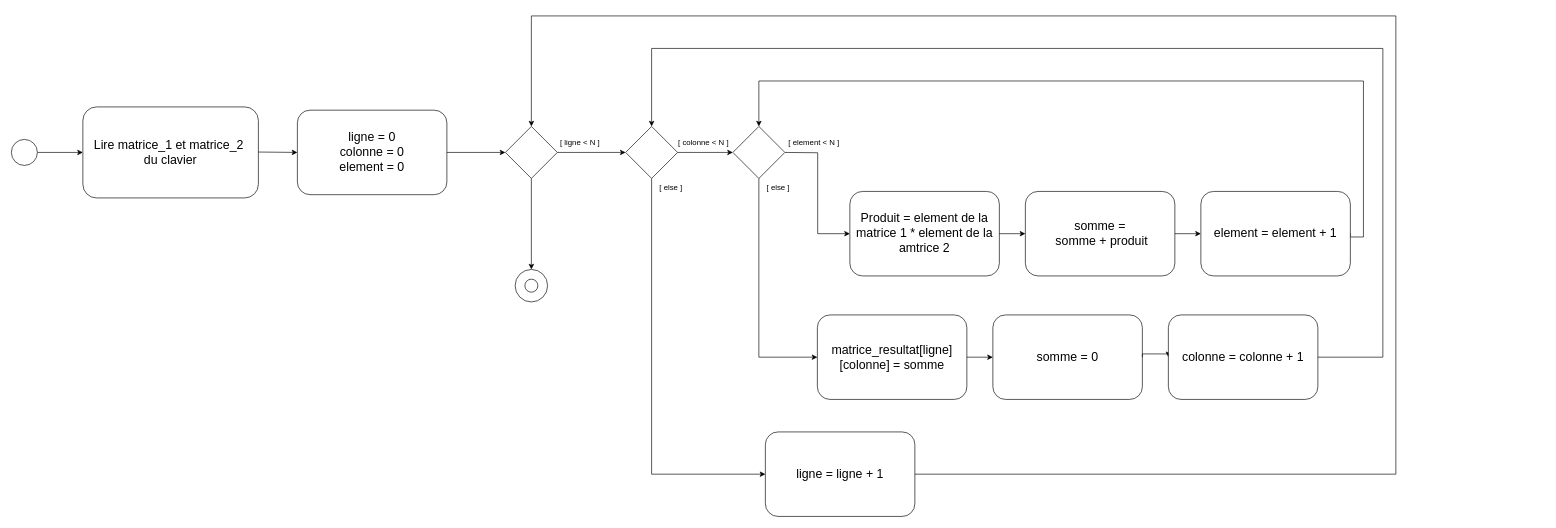
This is multiplicationAPP2.drawio from ProfReivax/APP2, a draw.io file, before an edit. Source tidied: cells renumbered, new cells numbered last; positions are measured from the earlier drawing's top-left corner, leaving out a move shared by most shapes. Both pictures are drawn from the tidied source at 65%, with x=0, y=0 at pixel (11, 16).
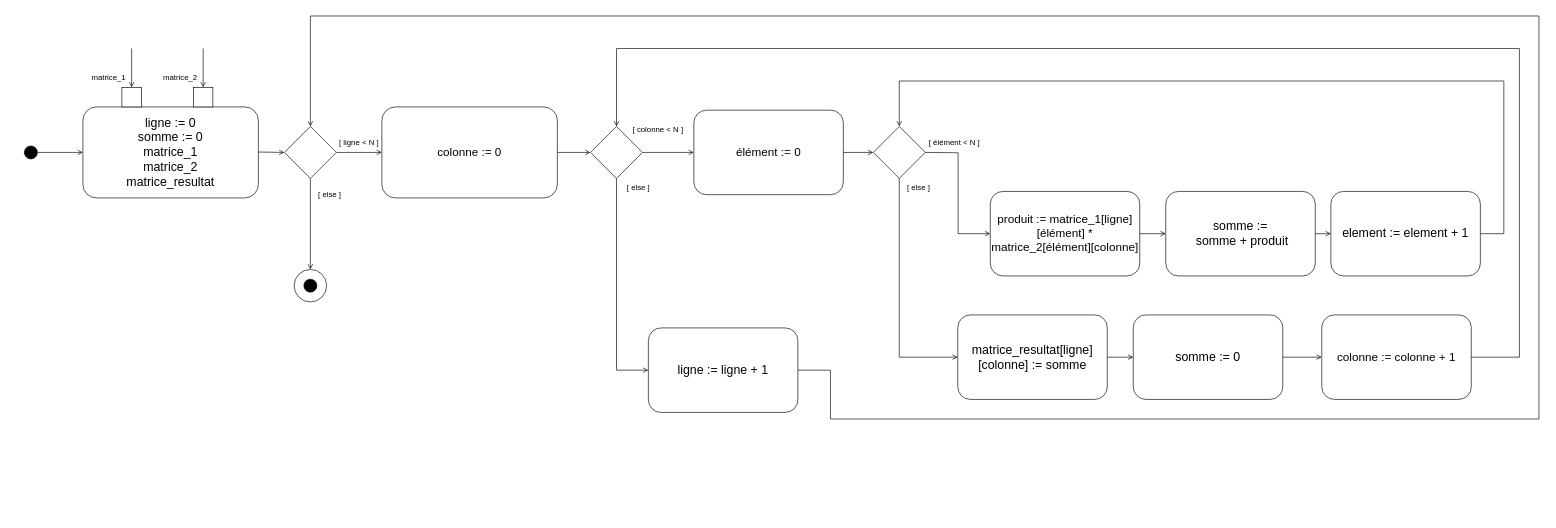
The same page after the edit.

Commit message (it also covers changes not shown here):
Modification du diagramme d'activité pour la mult de matrice

What changed in the source:
```diff
@@
-    <mxCell id="2" value="&lt;font style=&quot;font-size: 19px;&quot;&gt;Lire matrice_1 et matrice_2&amp;nbsp;&lt;/font&gt;&lt;div&gt;&lt;font style=&quot;font-size: 19px;&quot;&gt;du clavier&lt;/font&gt;&lt;/div&gt;" style="rounded=1;whiteSpace=wrap;html=1;" parent="1" vertex="1">
+    <mxCell id="2" value="&lt;span style=&quot;font-size: 19px;&quot;&gt;ligne := 0&lt;/span&gt;&lt;div&gt;&lt;span style=&quot;font-size: 19px;&quot;&gt;somme := 0&lt;br&gt;&lt;/span&gt;&lt;div&gt;&lt;span style=&quot;font-size: 19px;&quot;&gt;matrice_1&lt;/span&gt;&lt;/div&gt;&lt;div&gt;&lt;span style=&quot;font-size: 19px;&quot;&gt;matrice_2&lt;/span&gt;&lt;/div&gt;&lt;div&gt;&lt;span style=&quot;font-size: 19px;&quot;&gt;matrice_resultat&lt;/span&gt;&lt;/div&gt;&lt;/div&gt;" style="rounded=1;whiteSpace=wrap;html=1;" parent="1" vertex="1">
       <mxGeometry x="110" y="140" width="270" height="140" as="geometry" />
     </mxCell>
     <mxCell id="3" style="rhombus;whiteSpace=wrap;html=1;shapeInside=1;" parent="1" vertex="1">
-      <mxGeometry x="760" y="170" width="80" height="80" as="geometry" />
+      <mxGeometry x="420" y="170" width="80" height="80" as="geometry" />
     </mxCell>
-    <mxCell id="4" style="endArrow=classic;html=1;rounded=0;" parent="1" edge="1">
+    <mxCell id="4" style="endArrow=open;html=1;rounded=0;endFill=0;entryX=0;entryY=0.5;entryDx=0;entryDy=0;" parent="1" edge="1" target="3">
       <mxGeometry relative="1" as="geometry">
         <mxPoint x="380" y="209.4" as="sourcePoint" />
-        <mxPoint x="440" y="210" as="targetPoint" />
       </mxGeometry>
     </mxCell>
-    <mxCell id="5" style="endArrow=classic;html=1;rounded=0;exitX=1;exitY=0.5;exitDx=0;exitDy=0;entryX=0;entryY=0.5;entryDx=0;entryDy=0;edgeStyle=orthogonalEdgeStyle;" parent="1" edge="1" source="3" target="8">
+    <mxCell id="5" style="endArrow=open;html=1;rounded=0;exitX=1;exitY=0.5;exitDx=0;exitDy=0;entryX=0;entryY=0.5;entryDx=0;entryDy=0;edgeStyle=orthogonalEdgeStyle;endFill=0;" parent="1" edge="1" source="45" target="8">
       <mxGeometry relative="1" as="geometry" />
     </mxCell>
-    <mxCell id="6" value="&lt;font style=&quot;font-size: 19px;&quot;&gt;Produit = element de la matrice 1 * element de la amtrice 2&lt;/font&gt;" style="rounded=1;whiteSpace=wrap;html=1;" parent="1" vertex="1">
-      <mxGeometry x="1290" y="270" width="230" height="130" as="geometry" />
+    <mxCell id="6" value="&lt;font style=&quot;font-size: 18px;&quot;&gt;produit := matrice_1[ligne][élément] * matrice_2[élément][colonne]&lt;/font&gt;" style="rounded=1;whiteSpace=wrap;html=1;" parent="1" vertex="1">
+      <mxGeometry x="1506" y="270" width="230" height="130" as="geometry" />
     </mxCell>
-    <mxCell id="7" style="endArrow=classic;html=1;rounded=0;entryX=0;entryY=0.5;entryDx=0;entryDy=0;edgeStyle=orthogonalEdgeStyle;exitX=1;exitY=0.5;exitDx=0;exitDy=0;" parent="1" edge="1" target="6">
+    <mxCell id="7" style="endArrow=open;html=1;rounded=0;entryX=0;entryY=0.5;entryDx=0;entryDy=0;edgeStyle=orthogonalEdgeStyle;exitX=1;exitY=0.5;exitDx=0;exitDy=0;endFill=0;" parent="1" edge="1" target="6">
       <mxGeometry relative="1" as="geometry">
-        <mxPoint x="1190" y="210" as="sourcePoint" />
+        <mxPoint x="1406" y="210" as="sourcePoint" />
       </mxGeometry>
     </mxCell>
     <mxCell id="8" style="rhombus;whiteSpace=wrap;html=1;shapeInside=1;" parent="1" vertex="1">
-      <mxGeometry x="945" y="170" width="80" height="80" as="geometry" />
+      <mxGeometry x="891" y="170" width="80" height="80" as="geometry" />
     </mxCell>
     <mxCell id="9" style="rhombus;whiteSpace=wrap;html=1;shapeInside=1;" parent="1" vertex="1">
-      <mxGeometry x="1110" y="170" width="80" height="80" as="geometry" />
+      <mxGeometry x="1326" y="170" width="80" height="80" as="geometry" />
     </mxCell>
-    <mxCell id="10" style="endArrow=classic;html=1;rounded=0;entryX=0;entryY=0.5;entryDx=0;entryDy=0;exitX=1;exitY=0.5;exitDx=0;exitDy=0;" parent="1" edge="1" source="8" target="9">
+    <mxCell id="10" style="endArrow=open;html=1;rounded=0;entryX=0;entryY=0.5;entryDx=0;entryDy=0;exitX=1;exitY=0.5;exitDx=0;exitDy=0;endFill=0;" parent="1" edge="1" source="8" target="46">
       <mxGeometry relative="1" as="geometry" />
     </mxCell>
-    <mxCell id="11" value="&lt;font style=&quot;font-size: 19px;&quot;&gt;somme =&lt;/font&gt;&lt;div&gt;&lt;font style=&quot;font-size: 19px;&quot;&gt;&amp;nbsp;somme + produit&lt;/font&gt;&lt;/div&gt;" style="rounded=1;whiteSpace=wrap;html=1;" parent="1" vertex="1">
-      <mxGeometry x="1560" y="270" width="230" height="130" as="geometry" />
+    <mxCell id="11" value="&lt;font style=&quot;font-size: 19px;&quot;&gt;somme :=&lt;/font&gt;&lt;div&gt;&lt;font style=&quot;font-size: 19px;&quot;&gt;&amp;nbsp;somme + produit&lt;/font&gt;&lt;/div&gt;" style="rounded=1;whiteSpace=wrap;html=1;" parent="1" vertex="1">
+      <mxGeometry x="1776" y="270" width="230" height="130" as="geometry" />
     </mxCell>
-    <mxCell id="12" style="endArrow=classic;html=1;rounded=0;entryX=0;entryY=0.5;entryDx=0;entryDy=0;exitX=1;exitY=0.5;exitDx=0;exitDy=0;" parent="1" edge="1" source="6" target="11">
+    <mxCell id="12" style="endArrow=open;html=1;rounded=0;entryX=0;entryY=0.5;entryDx=0;entryDy=0;exitX=1;exitY=0.5;exitDx=0;exitDy=0;endFill=0;" parent="1" edge="1" source="6" target="11">
       <mxGeometry relative="1" as="geometry" />
     </mxCell>
-    <mxCell id="13" style="endArrow=classic;html=1;rounded=0;edgeStyle=orthogonalEdgeStyle;exitX=1;exitY=0.5;exitDx=0;exitDy=0;entryX=0.5;entryY=0;entryDx=0;entryDy=0;" parent="1" edge="1" source="31">
+    <mxCell id="13" style="endArrow=open;html=1;rounded=0;edgeStyle=orthogonalEdgeStyle;exitX=1;exitY=0.5;exitDx=0;exitDy=0;entryX=0.5;entryY=0;entryDx=0;entryDy=0;endFill=0;" parent="1" edge="1" source="31">
       <mxGeometry relative="1" as="geometry">
-        <mxPoint x="1150" y="170" as="targetPoint" />
+        <mxPoint x="1366" y="170" as="targetPoint" />
         <Array as="points">
-          <mxPoint x="2060.1" y="340.1" />
-          <mxPoint x="2080.1" y="340.1" />
-          <mxPoint x="2080.1" y="100.1" />
-          <mxPoint x="1150.1" y="100.1" />
+          <mxPoint x="2296.1" y="335" />
+          <mxPoint x="2296.1" y="100.1" />
+          <mxPoint x="1366" y="100.1" />
         </Array>
       </mxGeometry>
     </mxCell>
-    <mxCell id="14" value="&lt;font style=&quot;font-size: 19px;&quot;&gt;matrice_resultat[ligne][colonne] = somme&lt;/font&gt;" style="rounded=1;whiteSpace=wrap;html=1;" parent="1" vertex="1">
-      <mxGeometry x="1240" y="460" width="230" height="130" as="geometry" />
+    <mxCell id="14" value="&lt;font style=&quot;font-size: 19px;&quot;&gt;matrice_resultat[ligne][colonne] := somme&lt;/font&gt;" style="rounded=1;whiteSpace=wrap;html=1;" parent="1" vertex="1">
+      <mxGeometry x="1456" y="460" width="230" height="130" as="geometry" />
     </mxCell>
-    <mxCell id="15" style="endArrow=classic;html=1;rounded=0;exitX=0.5;exitY=1;exitDx=0;exitDy=0;edgeStyle=orthogonalEdgeStyle;entryX=0;entryY=0.5;entryDx=0;entryDy=0;" parent="1" edge="1" target="14">
+    <mxCell id="15" style="endArrow=open;html=1;rounded=0;exitX=0.5;exitY=1;exitDx=0;exitDy=0;edgeStyle=orthogonalEdgeStyle;entryX=0;entryY=0.5;entryDx=0;entryDy=0;endFill=0;" parent="1" edge="1" target="14">
       <mxGeometry relative="1" as="geometry">
-        <mxPoint x="1150" y="250" as="sourcePoint" />
+        <mxPoint x="1366" y="250" as="sourcePoint" />
         <Array as="points">
-          <mxPoint x="1150" y="525" />
+          <mxPoint x="1366" y="525" />
         </Array>
       </mxGeometry>
     </mxCell>
-    <mxCell id="16" value="&lt;span style=&quot;font-size: 19px;&quot;&gt;somme = 0&lt;/span&gt;" style="rounded=1;whiteSpace=wrap;html=1;" parent="1" vertex="1">
-      <mxGeometry x="1510" y="460" width="230" height="130" as="geometry" />
+    <mxCell id="16" value="&lt;span style=&quot;font-size: 19px;&quot;&gt;somme := 0&lt;/span&gt;" style="rounded=1;whiteSpace=wrap;html=1;" parent="1" vertex="1">
+      <mxGeometry x="1726" y="460" width="230" height="130" as="geometry" />
     </mxCell>
-    <mxCell id="17" style="endArrow=classic;html=1;rounded=0;exitX=1;exitY=0.5;exitDx=0;exitDy=0;entryX=0;entryY=0.5;entryDx=0;entryDy=0;" parent="1" edge="1" source="14" target="16">
+    <mxCell id="17" style="endArrow=open;html=1;rounded=0;exitX=1;exitY=0.5;exitDx=0;exitDy=0;entryX=0;entryY=0.5;entryDx=0;entryDy=0;endFill=0;" parent="1" edge="1" source="14" target="16">
       <mxGeometry relative="1" as="geometry" />
     </mxCell>
-    <mxCell id="18" style="endArrow=classic;html=1;rounded=0;edgeStyle=orthogonalEdgeStyle;entryX=0.5;entryY=0;entryDx=0;entryDy=0;exitX=1;exitY=0.5;exitDx=0;exitDy=0;" parent="1" edge="1" source="19" target="3">
+    <mxCell id="18" style="endArrow=open;html=1;rounded=0;edgeStyle=orthogonalEdgeStyle;entryX=0.5;entryY=0;entryDx=0;entryDy=0;exitX=1;exitY=0.5;exitDx=0;exitDy=0;endFill=0;" parent="1" edge="1" source="19" target="3">
       <mxGeometry relative="1" as="geometry">
         <Array as="points">
-          <mxPoint x="2130" y="705" />
-          <mxPoint x="2130" />
-          <mxPoint x="800" />
+          <mxPoint x="1260.1" y="545" />
+          <mxPoint x="1260.1" y="620.1" />
+          <mxPoint x="2350.1" y="620.1" />
+          <mxPoint x="2350.1" y="0.1" />
+          <mxPoint x="460.1" y="0.1" />
         </Array>
       </mxGeometry>
     </mxCell>
-    <mxCell id="19" value="&lt;font style=&quot;font-size: 19px;&quot;&gt;ligne = ligne + 1&lt;/font&gt;" style="rounded=1;whiteSpace=wrap;html=1;" parent="1" vertex="1">
-      <mxGeometry x="1160" y="640" width="230" height="130" as="geometry" />
+    <mxCell id="19" value="&lt;font style=&quot;font-size: 19px;&quot;&gt;ligne := ligne + 1&lt;/font&gt;" style="rounded=1;whiteSpace=wrap;html=1;" parent="1" vertex="1">
+      <mxGeometry x="980" y="480" width="230" height="130" as="geometry" />
     </mxCell>
-    <mxCell id="20" style="endArrow=classic;html=1;rounded=0;exitX=0.5;exitY=1;exitDx=0;exitDy=0;entryX=0;entryY=0.5;entryDx=0;entryDy=0;edgeStyle=orthogonalEdgeStyle;" parent="1" edge="1" source="8" target="19">
+    <mxCell id="20" style="endArrow=open;html=1;rounded=0;exitX=0.5;exitY=1;exitDx=0;exitDy=0;entryX=0;entryY=0.5;entryDx=0;entryDy=0;edgeStyle=orthogonalEdgeStyle;endFill=0;" parent="1" edge="1" source="8" target="19">
       <mxGeometry relative="1" as="geometry" />
     </mxCell>
-    <mxCell id="21" style="endArrow=classic;html=1;rounded=0;exitX=1;exitY=0.5;exitDx=0;exitDy=0;edgeStyle=orthogonalEdgeStyle;entryX=0;entryY=0.5;entryDx=0;entryDy=0;" parent="1" edge="1" source="16" target="22">
-      <mxGeometry relative="1" as="geometry">
-        <Array as="points">
-          <mxPoint x="1740.1" y="520" />
-          <mxPoint x="1780.1" y="520" />
-        </Array>
-      </mxGeometry>
-    </mxCell>
-    <mxCell id="22" value="&lt;span style=&quot;font-size: 19px;&quot;&gt;colonne = colonne + 1&lt;/span&gt;" style="rounded=1;whiteSpace=wrap;html=1;" parent="1" vertex="1">
-      <mxGeometry x="1780" y="460" width="230" height="130" as="geometry" />
+    <mxCell id="22" value="&lt;font style=&quot;font-size: 18px;&quot;&gt;colonne := colonne + 1&lt;/font&gt;" style="rounded=1;whiteSpace=wrap;html=1;" parent="1" vertex="1">
+      <mxGeometry x="2016" y="460" width="230" height="130" as="geometry" />
     </mxCell>
-    <mxCell id="23" value="&lt;span style=&quot;font-size: 19px;&quot;&gt;ligne = 0&lt;/span&gt;&lt;div&gt;&lt;span style=&quot;font-size: 19px;&quot;&gt;colonne = 0&lt;/span&gt;&lt;/div&gt;&lt;div&gt;&lt;span style=&quot;font-size: 19px;&quot;&gt;element = 0&lt;/span&gt;&lt;/div&gt;" style="rounded=1;whiteSpace=wrap;html=1;" parent="1" vertex="1">
-      <mxGeometry x="440" y="145" width="230" height="130" as="geometry" />
-    </mxCell>
-    <mxCell id="24" style="endArrow=classic;html=1;rounded=0;exitX=1;exitY=0.5;exitDx=0;exitDy=0;entryX=0;entryY=0.5;entryDx=0;entryDy=0;" parent="1" edge="1" source="23" target="3">
-      <mxGeometry relative="1" as="geometry" />
-    </mxCell>
-    <mxCell id="25" value="[ element &amp;lt; N ]" style="text;html=1;whiteSpace=wrap;strokeColor=none;fillColor=none;align=center;verticalAlign=middle;rounded=0;" parent="1" vertex="1">
-      <mxGeometry x="1180" y="180" width="110" height="30" as="geometry" />
+    <mxCell id="25" value="[ élément &amp;lt; N ]" style="text;html=1;whiteSpace=wrap;strokeColor=none;fillColor=none;align=center;verticalAlign=middle;rounded=0;" parent="1" vertex="1">
+      <mxGeometry x="1396" y="180" width="110" height="30" as="geometry" />
     </mxCell>
     <mxCell id="26" value="[ ligne &amp;lt; N ]" style="text;html=1;whiteSpace=wrap;strokeColor=none;fillColor=none;align=center;verticalAlign=middle;rounded=0;" parent="1" vertex="1">
-      <mxGeometry x="820" y="180" width="110" height="30" as="geometry" />
+      <mxGeometry x="480" y="180" width="110" height="30" as="geometry" />
     </mxCell>
-    <mxCell id="27" style="endArrow=classic;html=1;rounded=0;exitX=1;exitY=0.5;exitDx=0;exitDy=0;edgeStyle=orthogonalEdgeStyle;entryX=0.5;entryY=0;entryDx=0;entryDy=0;" parent="1" edge="1" source="22" target="8">
+    <mxCell id="27" style="endArrow=open;html=1;rounded=0;exitX=1;exitY=0.5;exitDx=0;exitDy=0;edgeStyle=orthogonalEdgeStyle;entryX=0.5;entryY=0;entryDx=0;entryDy=0;endFill=0;" parent="1" edge="1" source="22" target="8">
       <mxGeometry relative="1" as="geometry">
         <Array as="points">
-          <mxPoint x="2110" y="525" />
-          <mxPoint x="2110" y="50" />
-          <mxPoint x="985" y="50" />
+          <mxPoint x="2320.1" y="525" />
+          <mxPoint x="2320.1" y="50.1" />
+          <mxPoint x="931" y="50.1" />
         </Array>
       </mxGeometry>
     </mxCell>
     <mxCell id="28" value="[ colonne &amp;lt; N ]" style="text;html=1;whiteSpace=wrap;strokeColor=none;fillColor=none;align=center;verticalAlign=middle;rounded=0;" parent="1" vertex="1">
-      <mxGeometry x="1010" y="180" width="110" height="30" as="geometry" />
+      <mxGeometry x="940" y="160" width="110" height="30" as="geometry" />
     </mxCell>
     <mxCell id="29" value="[ else ]" style="text;html=1;whiteSpace=wrap;strokeColor=none;fillColor=none;align=center;verticalAlign=middle;rounded=0;" parent="1" vertex="1">
-      <mxGeometry x="960" y="250" width="110" height="30" as="geometry" />
+      <mxGeometry x="910" y="250" width="110" height="30" as="geometry" />
     </mxCell>
     <mxCell id="30" value="[ else ]" style="text;html=1;whiteSpace=wrap;strokeColor=none;fillColor=none;align=center;verticalAlign=middle;rounded=0;" parent="1" vertex="1">
-      <mxGeometry x="1125" y="250" width="110" height="30" as="geometry" />
+      <mxGeometry x="1341" y="250" width="110" height="30" as="geometry" />
     </mxCell>
-    <mxCell id="31" value="&lt;span style=&quot;font-size: 19px;&quot;&gt;element = element + 1&lt;/span&gt;" style="rounded=1;whiteSpace=wrap;html=1;" parent="1" vertex="1">
-      <mxGeometry x="1830" y="270" width="230" height="130" as="geometry" />
+    <mxCell id="31" value="&lt;span style=&quot;font-size: 19px;&quot;&gt;element := element + 1&lt;/span&gt;" style="rounded=1;whiteSpace=wrap;html=1;" parent="1" vertex="1">
+      <mxGeometry x="2030" y="270" width="230" height="130" as="geometry" />
     </mxCell>
-    <mxCell id="32" style="endArrow=classic;html=1;rounded=0;exitX=1;exitY=0.5;exitDx=0;exitDy=0;" parent="1" edge="1" source="11" target="31">
+    <mxCell id="32" style="endArrow=open;html=1;rounded=0;exitX=1;exitY=0.5;exitDx=0;exitDy=0;endFill=0;" parent="1" edge="1" source="11" target="31">
       <mxGeometry relative="1" as="geometry" />
     </mxCell>
-    <mxCell id="33" style="endArrow=classic;html=1;rounded=0;entryX=0;entryY=0.5;entryDx=0;entryDy=0;" parent="1" edge="1" target="2">
+    <mxCell id="33" style="endArrow=open;html=1;rounded=0;entryX=0;entryY=0.5;entryDx=0;entryDy=0;endFill=0;" parent="1" edge="1" target="2">
       <mxGeometry relative="1" as="geometry">
         <mxPoint x="40" y="210" as="sourcePoint" />
       </mxGeometry>
     </mxCell>
-    <mxCell id="34" style="ellipse;whiteSpace=wrap;html=1;shapeInside=1;" parent="1" vertex="1">
-      <mxGeometry y="190" width="40" height="40" as="geometry" />
+    <mxCell id="34" style="ellipse;whiteSpace=wrap;html=1;shapeInside=1;fillColor=light-dark(#000000,#000000);" parent="1" vertex="1">
+      <mxGeometry x="20" y="200" width="20" height="20" as="geometry" />
     </mxCell>
-    <mxCell id="35" style="endArrow=classic;html=1;rounded=0;exitX=0.5;exitY=1;exitDx=0;exitDy=0;" parent="1" edge="1" source="3" target="36">
+    <mxCell id="35" style="endArrow=open;html=1;rounded=0;exitX=0.5;exitY=1;exitDx=0;exitDy=0;endFill=0;" parent="1" edge="1" source="3" target="36">
       <mxGeometry relative="1" as="geometry" />
     </mxCell>
     <mxCell id="36" style="ellipse;whiteSpace=wrap;html=1;shapeInside=1;" parent="1" vertex="1">
-      <mxGeometry x="775" y="390" width="50" height="50" as="geometry" />
+      <mxGeometry x="435" y="390" width="50" height="50" as="geometry" />
     </mxCell>
-    <mxCell id="37" style="ellipse;whiteSpace=wrap;html=1;shapeInside=1;" parent="1" vertex="1">
-      <mxGeometry x="790" y="405" width="20" height="20" as="geometry" />
+    <mxCell id="37" style="ellipse;whiteSpace=wrap;html=1;shapeInside=1;fillStyle=solid;gradientColor=none;fillColor=light-dark(#000000,#000000);" parent="1" vertex="1">
+      <mxGeometry x="450" y="405" width="20" height="20" as="geometry" />
     </mxCell>
+    <mxCell id="21" style="endArrow=open;html=1;rounded=0;entryX=0;entryY=0.5;entryDx=0;entryDy=0;exitX=1;exitY=0.5;exitDx=0;exitDy=0;endFill=0;" parent="1" edge="1" source="16" target="22">
+      <mxGeometry relative="1" as="geometry" />
+    </mxCell>
+    <mxCell id="38" style="whiteSpace=wrap;html=1;" parent="1" vertex="1">
+      <mxGeometry x="170" y="110" width="30" height="30" as="geometry" />
+    </mxCell>
+    <mxCell id="39" style="whiteSpace=wrap;html=1;" parent="1" vertex="1">
+      <mxGeometry x="280" y="110" width="30" height="30" as="geometry" />
+    </mxCell>
+    <mxCell id="40" style="endArrow=open;html=1;rounded=0;endFill=0;entryX=0.5;entryY=0;entryDx=0;entryDy=0;" parent="1" edge="1" target="38">
+      <mxGeometry relative="1" as="geometry">
+        <mxPoint x="185" y="50" as="sourcePoint" />
+      </mxGeometry>
+    </mxCell>
+    <mxCell id="41" style="endArrow=open;html=1;rounded=0;endFill=0;entryX=0.5;entryY=0;entryDx=0;entryDy=0;" parent="1" edge="1" target="39">
+      <mxGeometry relative="1" as="geometry">
+        <mxPoint x="295" y="50" as="sourcePoint" />
+      </mxGeometry>
+    </mxCell>
+    <mxCell id="42" value="matrice_2" style="text;html=1;whiteSpace=wrap;strokeColor=none;fillColor=none;align=center;verticalAlign=middle;rounded=0;" parent="1" vertex="1">
+      <mxGeometry x="230" y="80" width="60" height="30" as="geometry" />
+    </mxCell>
+    <mxCell id="43" value="matrice_1" style="text;html=1;whiteSpace=wrap;strokeColor=none;fillColor=none;align=center;verticalAlign=middle;rounded=0;" parent="1" vertex="1">
+      <mxGeometry x="120" y="80" width="60" height="30" as="geometry" />
+    </mxCell>
+    <mxCell id="44" style="endArrow=open;html=1;rounded=0;exitX=1;exitY=0.5;exitDx=0;exitDy=0;entryX=0;entryY=0.5;entryDx=0;entryDy=0;edgeStyle=orthogonalEdgeStyle;endFill=0;" parent="1" edge="1" source="3" target="45">
+      <mxGeometry relative="1" as="geometry" />
+    </mxCell>
+    <mxCell id="45" value="&lt;div&gt;&lt;font style=&quot;font-size: 18px;&quot;&gt;colonne := 0&lt;/font&gt;&lt;/div&gt;" style="rounded=1;whiteSpace=wrap;html=1;" parent="1" vertex="1">
+      <mxGeometry x="570" y="140" width="270" height="140" as="geometry" />
+    </mxCell>
+    <mxCell id="46" value="&lt;span style=&quot;font-size: 18px;&quot;&gt;élément := 0&lt;/span&gt;" style="rounded=1;whiteSpace=wrap;html=1;" parent="1" vertex="1">
+      <mxGeometry x="1050" y="145" width="230" height="130" as="geometry" />
+    </mxCell>
+    <mxCell id="47" style="endArrow=open;html=1;rounded=0;exitX=1;exitY=0.5;exitDx=0;exitDy=0;endFill=0;entryX=0;entryY=0.5;entryDx=0;entryDy=0;" parent="1" edge="1" source="46" target="9">
+      <mxGeometry relative="1" as="geometry" />
+    </mxCell>
+    <mxCell id="48" value="[ else ]" style="text;html=1;whiteSpace=wrap;strokeColor=none;fillColor=none;align=center;verticalAlign=middle;rounded=0;" parent="1" vertex="1">
+      <mxGeometry x="435" y="260" width="110" height="30" as="geometry" />
+    </mxCell>
```
